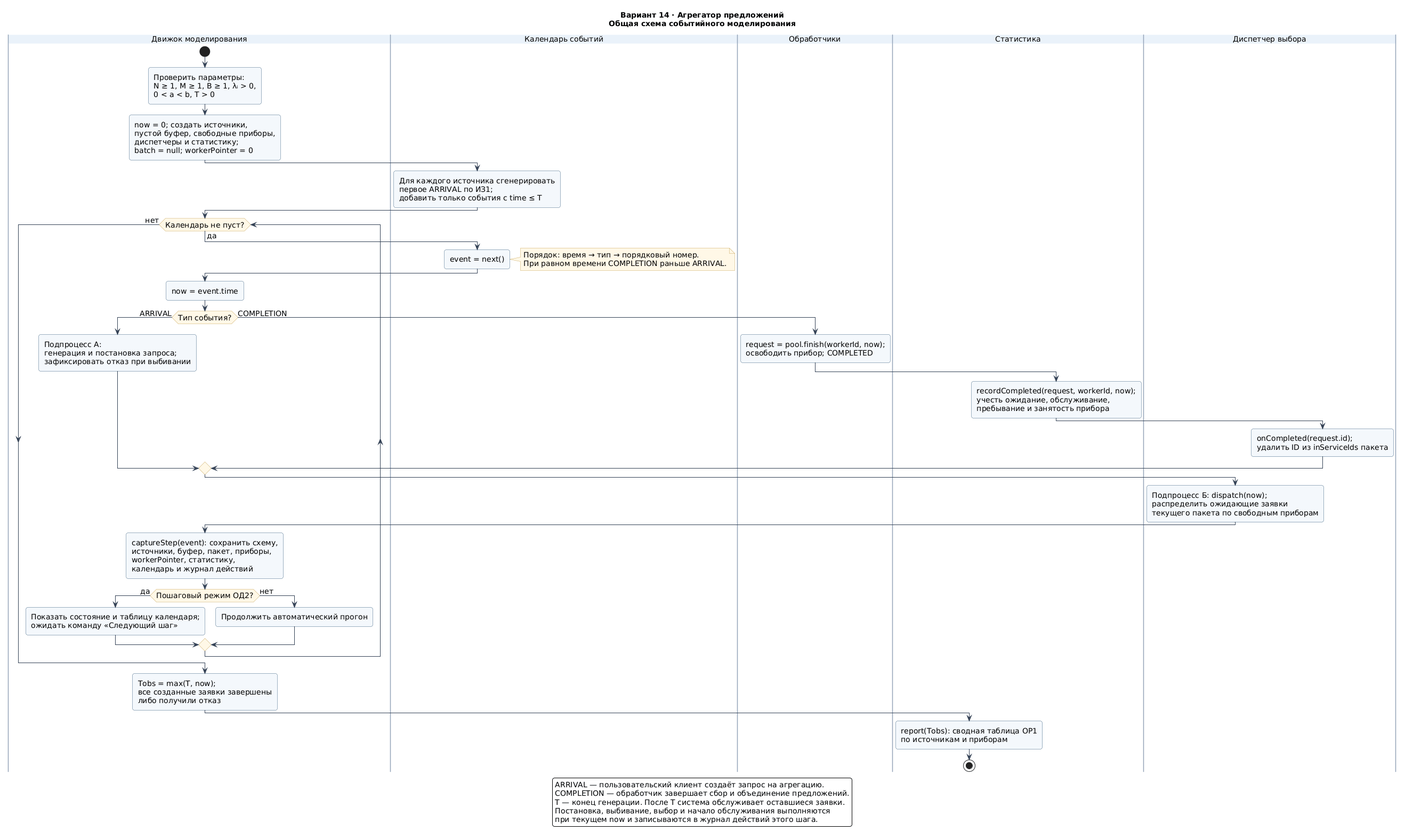
This is docs/diagrams/flowchart/system-flow.png from Danya-byte/learn-aps, a PlantUML export, as it was before one commit. Its diagram source:
```plantuml
@startuml
skinparam defaultFontName DejaVu Sans
skinparam defaultFontSize 14
skinparam backgroundColor White
skinparam shadowing false
skinparam ArrowColor #334155
skinparam LineColor #334155
skinparam roundcorner 8
skinparam NoteBackgroundColor #FFF8E7
skinparam NoteBorderColor #C9A75A
skinparam ParticipantBackgroundColor #EAF2FA
skinparam ParticipantBorderColor #3C6382
skinparam classBackgroundColor #F4F8FC
skinparam classBorderColor #3C6382
skinparam activityBackgroundColor #F4F8FC
skinparam activityBorderColor #3C6382
skinparam activityDiamondBackgroundColor #FFF8E7
skinparam activityDiamondBorderColor #C9A75A
skinparam swimlaneTitleBackgroundColor #EAF2FA
skinparam swimlaneBorderColor #94A3B8
skinparam maxMessageSize 90
hide footbox
title Вариант 14 · Агрегатор предложений\nОбщая схема событийного моделирования
|Движок моделирования|
start
:Проверить параметры:\nN ≥ 1, M ≥ 1, B ≥ 1, λᵢ > 0,\n0 < a < b, T > 0;
:now = 0; создать источники,\nпустой буфер, свободные приборы,\nдиспетчеры и статистику;\nbatch = null; workerPointer = 0;
|Календарь событий|
:Для каждого источника сгенерировать\nпервое ARRIVAL по ИЗ1;\nдобавить только события с time ≤ T;
|Движок моделирования|
while (Календарь не пуст?) is (да)
 |Календарь событий|
 :event = next();
 note right
 Порядок: время → тип → порядковый номер.
 При равном времени COMPLETION раньше ARRIVAL.
 end note
 |Движок моделирования|
 :now = event.time;
 if (Тип события?) then (ARRIVAL)
  :Подпроцесс А:\nгенерация и постановка запроса;\nзафиксировать отказ при выбивании;
 else (COMPLETION)
  |Обработчики|
  :request = pool.finish(workerId, now);\nосвободить прибор; COMPLETED;
  |Статистика|
  :recordCompleted(request, workerId, now);\nучесть ожидание, обслуживание,\nпребывание и занятость прибора;
  |Диспетчер выбора|
  :onCompleted(request.id);\nудалить ID из inServiceIds пакета;
 endif
 |Диспетчер выбора|
 :Подпроцесс Б: dispatch(now);\nраспределить ожидающие заявки\nтекущего пакета по свободным приборам;
 |Движок моделирования|
 :captureStep(event): сохранить схему,\nисточники, буфер, пакет, приборы,\nworkerPointer, статистику,\nкалендарь и журнал действий;
 if (Пошаговый режим ОД2?) then (да)
  :Показать состояние и таблицу календаря;\nожидать команду «Следующий шаг»;
 else (нет)
  :Продолжить автоматический прогон;
 endif
endwhile (нет)
:Tobs = max(T, now);\nвсе созданные заявки завершены\nлибо получили отказ;
|Статистика|
:report(Tobs): сводная таблица ОР1\nпо источникам и приборам;
stop
legend bottom
ARRIVAL — пользовательский клиент создаёт запрос на агрегацию.
COMPLETION — обработчик завершает сбор и объединение предложений.
T — конец генерации. После T система обслуживает оставшиеся заявки.
Постановка, выбивание, выбор и начало обслуживания выполняются
при текущем now и записываются в журнал действий этого шага.
endlegend
@enduml
```
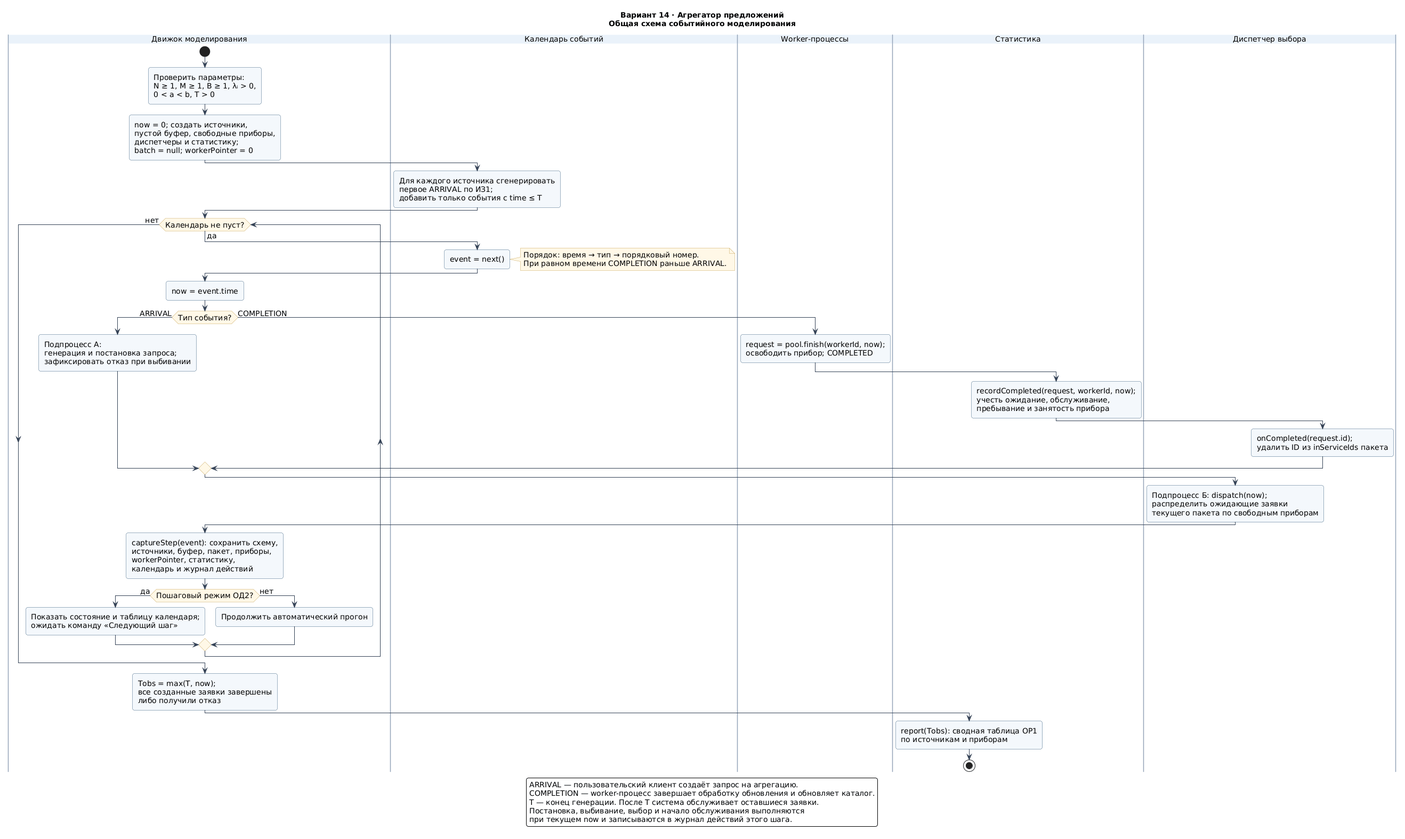
After the change.

What changed in the source:
```diff
@@ -40,7 +40,7 @@
  if (Тип события?) then (ARRIVAL)
   :Подпроцесс А:\nгенерация и постановка запроса;\nзафиксировать отказ при выбивании;
  else (COMPLETION)
-  |Обработчики|
+  |Worker-процессы|
   :request = pool.finish(workerId, now);\nосвободить прибор; COMPLETED;
   |Статистика|
   :recordCompleted(request, workerId, now);\nучесть ожидание, обслуживание,\nпребывание и занятость прибора;
@@ -63,7 +63,7 @@
 stop
 legend bottom
 ARRIVAL — пользовательский клиент создаёт запрос на агрегацию.
-COMPLETION — обработчик завершает сбор и объединение предложений.
+COMPLETION — worker-процесс завершает обработку обновления и обновляет каталог.
 T — конец генерации. После T система обслуживает оставшиеся заявки.
 Постановка, выбивание, выбор и начало обслуживания выполняются
 при текущем now и записываются в журнал действий этого шага.
```
